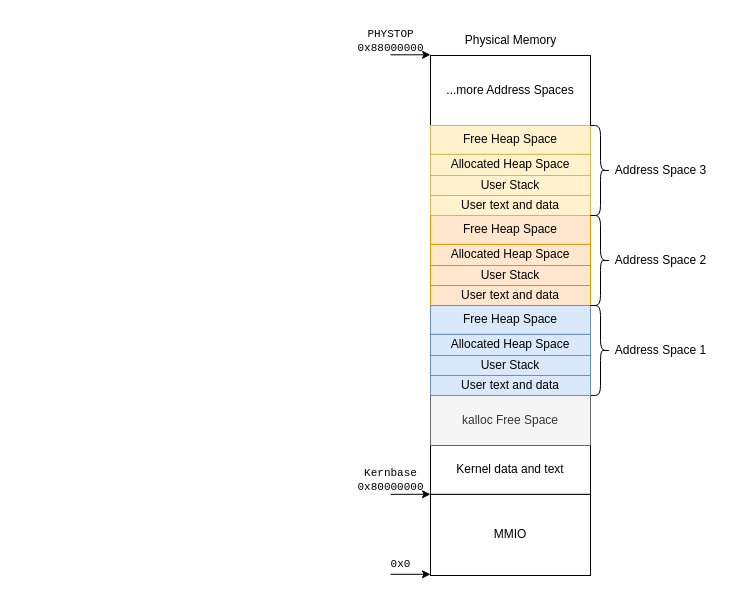
Above: figures/implementation/segmented_layout.drawio in Meidimax99/bachelors_thesis (draw.io), before the change. Source tidied: cells renumbered, new cells numbered last; positions are measured from the earlier drawing's top-left corner, leaving out a move shared by most shapes. Both pictures are drawn from the tidied source at 100%, with x=0, y=0 at pixel (390, 25).
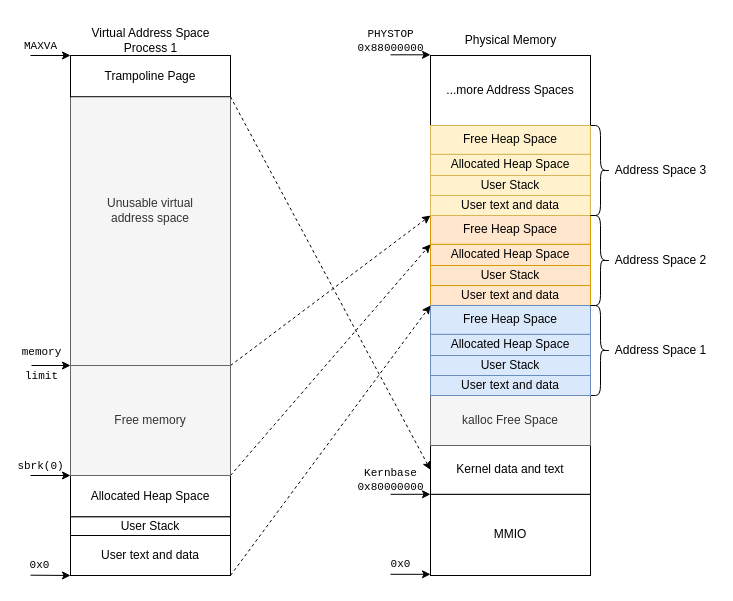
After the change.

The change refers to these unchanged cells:
```xml
<mxCell id="9" value="Kernel data and text" style="rounded=0;whiteSpace=wrap;html=1;" parent="1" vertex="1">
  <mxGeometry x="40" y="420" width="160" height="48.8" as="geometry" />
</mxCell>
<mxCell id="16" value="Allocated Heap Space" style="rounded=0;whiteSpace=wrap;html=1;fillColor=#ffe6cc;strokeColor=#d79b00;" parent="1" vertex="1">
  <mxGeometry x="40" y="218.8" width="160" height="21.2" as="geometry" />
</mxCell>
<mxCell id="23" value="Free Heap Space" style="rounded=0;whiteSpace=wrap;html=1;fillColor=#dae8fc;strokeColor=#6c8ebf;" parent="1" vertex="1">
  <mxGeometry x="40" y="280" width="160" height="28.8" as="geometry" />
</mxCell>
<mxCell id="24" value="User text and data" style="rounded=0;whiteSpace=wrap;html=1;fillColor=#fff2cc;strokeColor=#d6b656;" parent="1" vertex="1">
  <mxGeometry x="40" y="170" width="160" height="20" as="geometry" />
</mxCell>
```

Diff of the diagram source:
```diff
@@
+    <mxCell id="32" style="rounded=0;whiteSpace=wrap;html=1;" parent="1" vertex="1">
+      <mxGeometry x="-320" y="30" width="160" height="520" as="geometry" />
+    </mxCell>
+    <mxCell id="33" style="endArrow=classic;html=1;rounded=0;entryX=0;entryY=1;entryDx=0;entryDy=0;" parent="1" edge="1" target="32">
+      <mxGeometry relative="1" as="geometry">
+        <mxPoint x="-360" y="549.7" as="sourcePoint" />
+      </mxGeometry>
+    </mxCell>
+    <mxCell id="34" value="&lt;pre&gt;0x0&lt;/pre&gt;" style="edgeLabel;html=1;align=center;verticalAlign=middle;fontFamily=Comic Sans MS;labelBackgroundColor=none;" parent="33" vertex="1">
+      <mxGeometry x="-0.53" y="-1" relative="1" as="geometry">
+        <mxPoint y="-11" as="offset" />
+      </mxGeometry>
+    </mxCell>
+    <mxCell id="35" value="&lt;div&gt;Virtual Address Space&lt;/div&gt;&lt;div&gt;Process 1&lt;br&gt;&lt;/div&gt;" style="text;html=1;align=center;verticalAlign=middle;strokeColor=none;fillColor=none;" parent="1" vertex="1">
+      <mxGeometry x="-310" y="-5" width="140" height="40" as="geometry" />
+    </mxCell>
+    <mxCell id="36" style="rounded=0;jettySize=auto;html=1;exitX=1;exitY=1;exitDx=0;exitDy=0;entryX=0;entryY=0;entryDx=0;entryDy=0;dashed=1;" parent="1" edge="1" source="37" target="23">
+      <mxGeometry relative="1" as="geometry" />
+    </mxCell>
+    <mxCell id="37" value="User text and data" style="rounded=0;whiteSpace=wrap;html=1;" parent="1" vertex="1">
+      <mxGeometry x="-320" y="510" width="160" height="40" as="geometry" />
+    </mxCell>
+    <mxCell id="38" value="User Stack" style="rounded=0;whiteSpace=wrap;html=1;" parent="1" vertex="1">
+      <mxGeometry x="-320" y="491.2" width="160" height="18.8" as="geometry" />
+    </mxCell>
+    <mxCell id="39" style="rounded=0;jettySize=auto;html=1;exitX=1;exitY=0;exitDx=0;exitDy=0;entryX=0;entryY=0;entryDx=0;entryDy=0;dashed=1;" parent="1" edge="1" source="40" target="16">
+      <mxGeometry relative="1" as="geometry" />
+    </mxCell>
+    <mxCell id="40" value="Allocated Heap Space" style="rounded=0;whiteSpace=wrap;html=1;" parent="1" vertex="1">
+      <mxGeometry x="-320" y="450" width="160" height="41.2" as="geometry" />
+    </mxCell>
+    <mxCell id="41" style="endArrow=classic;html=1;rounded=0;entryX=0;entryY=0;entryDx=0;entryDy=0;" parent="1" edge="1" target="40">
+      <mxGeometry relative="1" as="geometry">
+        <mxPoint x="-360" y="450" as="sourcePoint" />
+      </mxGeometry>
+    </mxCell>
+    <mxCell id="42" value="&lt;pre&gt;sbrk(0)&lt;/pre&gt;" style="edgeLabel;html=1;align=center;verticalAlign=middle;fontFamily=Comic Sans MS;labelBackgroundColor=none;" parent="41" vertex="1">
+      <mxGeometry x="-0.53" y="-1" relative="1" as="geometry">
+        <mxPoint y="-11" as="offset" />
+      </mxGeometry>
+    </mxCell>
+    <mxCell id="43" style="rounded=0;jettySize=auto;html=1;exitX=1;exitY=0;exitDx=0;exitDy=0;entryX=0;entryY=1;entryDx=0;entryDy=0;dashed=1;" parent="1" edge="1" source="51" target="24">
+      <mxGeometry relative="1" as="geometry" />
+    </mxCell>
+    <mxCell id="44" value="Unusable virtual&lt;div&gt;address space&lt;/div&gt;" style="rounded=0;whiteSpace=wrap;html=1;fillColor=#f5f5f5;fontColor=#333333;strokeColor=#666666;" parent="1" vertex="1">
+      <mxGeometry x="-320" y="30" width="160" height="310" as="geometry" />
+    </mxCell>
+    <mxCell id="45" style="endArrow=classic;html=1;rounded=0;entryX=0;entryY=0;entryDx=0;entryDy=0;" parent="1" edge="1" target="44">
+      <mxGeometry relative="1" as="geometry">
+        <mxPoint x="-360" y="30" as="sourcePoint" />
+      </mxGeometry>
+    </mxCell>
+    <mxCell id="46" value="&lt;pre&gt;MAXVA&lt;/pre&gt;" style="edgeLabel;html=1;align=center;verticalAlign=middle;fontFamily=Comic Sans MS;labelBackgroundColor=none;" parent="45" vertex="1">
+      <mxGeometry x="-0.53" y="-1" relative="1" as="geometry">
+        <mxPoint y="-11" as="offset" />
+      </mxGeometry>
+    </mxCell>
+    <mxCell id="47" style="rounded=0;jettySize=auto;html=1;exitX=1;exitY=1;exitDx=0;exitDy=0;entryX=0;entryY=0.5;entryDx=0;entryDy=0;dashed=1;" parent="1" edge="1" source="48" target="9">
+      <mxGeometry relative="1" as="geometry" />
+    </mxCell>
+    <mxCell id="48" value="Trampoline Page" style="rounded=0;whiteSpace=wrap;html=1;" parent="1" vertex="1">
+      <mxGeometry x="-320" y="30" width="160" height="41.2" as="geometry" />
+    </mxCell>
+    <mxCell id="49" style="endArrow=classic;html=1;rounded=0;entryX=0;entryY=0;entryDx=0;entryDy=0;" parent="1" edge="1" target="51">
+      <mxGeometry relative="1" as="geometry">
+        <mxPoint x="-359" y="340" as="sourcePoint" />
+      </mxGeometry>
+    </mxCell>
+    <mxCell id="50" value="&lt;pre&gt;memory&lt;/pre&gt;&lt;pre&gt;limit&lt;/pre&gt;" style="edgeLabel;html=1;align=center;verticalAlign=middle;fontFamily=Comic Sans MS;labelBackgroundColor=none;" parent="49" vertex="1">
+      <mxGeometry x="-0.53" y="-1" relative="1" as="geometry">
+        <mxPoint y="-3" as="offset" />
+      </mxGeometry>
+    </mxCell>
+    <mxCell id="51" value="Free memory" style="rounded=0;whiteSpace=wrap;html=1;fillColor=#f5f5f5;fontColor=#333333;strokeColor=#666666;" parent="1" vertex="1">
+      <mxGeometry x="-320" y="340" width="160" height="110" as="geometry" />
+    </mxCell>
```
